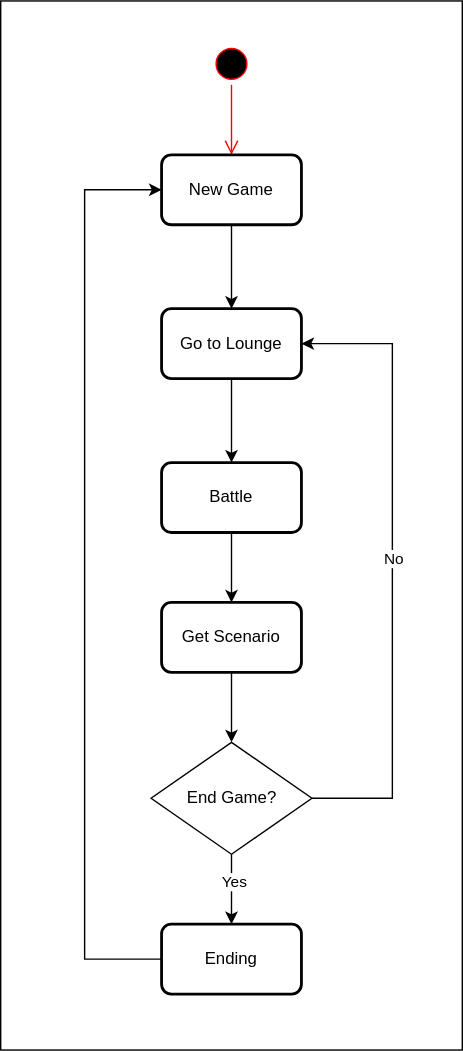
Haraj-backend/hex-monscape keeps this draw.io diagram as docs/reference/assets/game-flow.drawio.svg. Above is the earlier version. Source tidied: cells renumbered, new cells last; positions are measured from the earlier drawing's top-left corner, leaving out a move shared by most shapes. The source it was exported from:
```xml
<mxGraphModel>
  <root>
    <mxCell id="0" />
    <mxCell id="1" parent="0" />
    <mxCell id="2" style="rounded=0;whiteSpace=wrap;html=1;" parent="1" vertex="1">
      <mxGeometry width="330" height="750" as="geometry" />
    </mxCell>
    <mxCell id="3" style="ellipse;html=1;shape=startState;fillColor=#000000;strokeColor=#ff0000;" parent="1" vertex="1">
      <mxGeometry x="150" y="30" width="30" height="30" as="geometry" />
    </mxCell>
    <mxCell id="4" style="edgeStyle=orthogonalEdgeStyle;html=1;verticalAlign=bottom;endArrow=open;endSize=8;strokeColor=#ff0000;rounded=0;" parent="1" edge="1" source="3">
      <mxGeometry relative="1" as="geometry">
        <mxPoint x="165" y="110" as="targetPoint" />
      </mxGeometry>
    </mxCell>
    <mxCell id="5" style="edgeStyle=orthogonalEdgeStyle;rounded=0;jettySize=auto;html=1;exitX=0.5;exitY=1;exitDx=0;exitDy=0;entryX=0.5;entryY=0;entryDx=0;entryDy=0;" parent="1" edge="1" source="6">
      <mxGeometry relative="1" as="geometry">
        <mxPoint x="165" y="220" as="targetPoint" />
      </mxGeometry>
    </mxCell>
    <mxCell id="6" value="New Game" style="rounded=1;whiteSpace=wrap;html=1;absoluteArcSize=1;arcSize=14;strokeWidth=2;" parent="1" vertex="1">
      <mxGeometry x="115" y="110" width="100" height="50" as="geometry" />
    </mxCell>
    <mxCell id="7" style="edgeStyle=orthogonalEdgeStyle;rounded=0;jettySize=auto;html=1;exitX=0.5;exitY=1;exitDx=0;exitDy=0;" parent="1" edge="1" source="8" target="10">
      <mxGeometry relative="1" as="geometry" />
    </mxCell>
    <mxCell id="8" value="Go to Lounge" style="rounded=1;whiteSpace=wrap;html=1;absoluteArcSize=1;arcSize=14;strokeWidth=2;" parent="1" vertex="1">
      <mxGeometry x="115" y="220" width="100" height="50" as="geometry" />
    </mxCell>
    <mxCell id="9" style="edgeStyle=orthogonalEdgeStyle;rounded=0;jettySize=auto;html=1;exitX=0.5;exitY=1;exitDx=0;exitDy=0;entryX=0.5;entryY=0;entryDx=0;entryDy=0;" parent="1" edge="1" source="10" target="12">
      <mxGeometry relative="1" as="geometry" />
    </mxCell>
    <mxCell id="10" value="Battle" style="rounded=1;whiteSpace=wrap;html=1;absoluteArcSize=1;arcSize=14;strokeWidth=2;" parent="1" vertex="1">
      <mxGeometry x="115" y="330" width="100" height="50" as="geometry" />
    </mxCell>
    <mxCell id="11" style="edgeStyle=orthogonalEdgeStyle;rounded=0;jettySize=auto;html=1;exitX=0.5;exitY=1;exitDx=0;exitDy=0;entryX=0.5;entryY=0;entryDx=0;entryDy=0;" parent="1" edge="1" source="12" target="17">
      <mxGeometry relative="1" as="geometry" />
    </mxCell>
    <mxCell id="12" value="Get Scenario" style="rounded=1;whiteSpace=wrap;html=1;absoluteArcSize=1;arcSize=14;strokeWidth=2;" parent="1" vertex="1">
      <mxGeometry x="115" y="430" width="100" height="50" as="geometry" />
    </mxCell>
    <mxCell id="13" style="edgeStyle=orthogonalEdgeStyle;rounded=0;jettySize=auto;html=1;exitX=1;exitY=0.5;exitDx=0;exitDy=0;entryX=1;entryY=0.5;entryDx=0;entryDy=0;" parent="1" edge="1" source="17" target="8">
      <mxGeometry relative="1" as="geometry">
        <Array as="points">
          <mxPoint x="280" y="570" />
          <mxPoint x="280" y="245" />
        </Array>
      </mxGeometry>
    </mxCell>
    <mxCell id="14" value="No" style="edgeLabel;html=1;align=center;verticalAlign=middle;" parent="13" vertex="1">
      <mxGeometry x="0.02" y="-2" relative="1" as="geometry">
        <mxPoint x="-2" as="offset" />
      </mxGeometry>
    </mxCell>
    <mxCell id="15" style="edgeStyle=orthogonalEdgeStyle;rounded=0;jettySize=auto;html=1;exitX=0.5;exitY=1;exitDx=0;exitDy=0;entryX=0.5;entryY=0;entryDx=0;entryDy=0;" parent="1" edge="1" source="17">
      <mxGeometry relative="1" as="geometry">
        <mxPoint x="165" y="660" as="targetPoint" />
      </mxGeometry>
    </mxCell>
    <mxCell id="16" value="Yes" style="edgeLabel;html=1;align=center;verticalAlign=middle;" parent="15" vertex="1">
      <mxGeometry x="-0.26" y="1" relative="1" as="geometry" />
    </mxCell>
    <mxCell id="17" value="End Game?" style="rhombus;whiteSpace=wrap;html=1;" parent="1" vertex="1">
      <mxGeometry x="107.5" y="530" width="115" height="80" as="geometry" />
    </mxCell>
    <mxCell id="18" style="edgeStyle=orthogonalEdgeStyle;rounded=0;jettySize=auto;html=1;exitX=0;exitY=0.5;exitDx=0;exitDy=0;entryX=0;entryY=0.5;entryDx=0;entryDy=0;" parent="1" edge="1" source="19" target="6">
      <mxGeometry relative="1" as="geometry">
        <Array as="points">
          <mxPoint x="60" y="685" />
          <mxPoint x="60" y="135" />
        </Array>
      </mxGeometry>
    </mxCell>
    <mxCell id="19" value="Ending" style="rounded=1;whiteSpace=wrap;html=1;absoluteArcSize=1;arcSize=14;strokeWidth=2;" parent="1" vertex="1">
      <mxGeometry x="115" y="660" width="100" height="50" as="geometry" />
    </mxCell>
  </root>
</mxGraphModel>
```
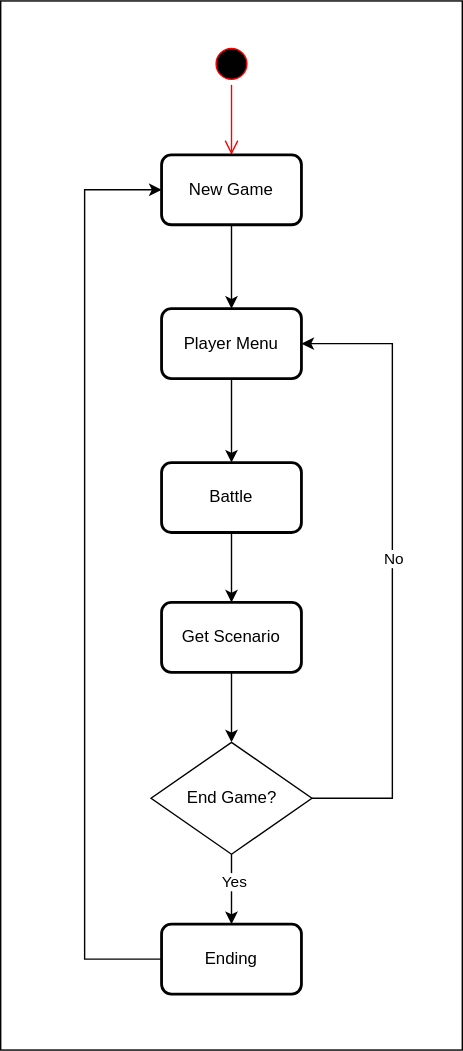
Later version of the same file.

Commit message:
docs: add back game design section to README.md to make it simpler; adjust how to run the game section;

Diff of the diagram source:
```diff
@@ -24,7 +24,7 @@
     <mxCell id="7" style="edgeStyle=orthogonalEdgeStyle;rounded=0;jettySize=auto;html=1;exitX=0.5;exitY=1;exitDx=0;exitDy=0;" parent="1" edge="1" source="8" target="10">
       <mxGeometry relative="1" as="geometry" />
     </mxCell>
-    <mxCell id="8" value="Go to Lounge" style="rounded=1;whiteSpace=wrap;html=1;absoluteArcSize=1;arcSize=14;strokeWidth=2;" parent="1" vertex="1">
+    <mxCell id="8" value="Player Menu" style="rounded=1;whiteSpace=wrap;html=1;absoluteArcSize=1;arcSize=14;strokeWidth=2;" parent="1" vertex="1">
       <mxGeometry x="115" y="220" width="100" height="50" as="geometry" />
     </mxCell>
     <mxCell id="9" style="edgeStyle=orthogonalEdgeStyle;rounded=0;jettySize=auto;html=1;exitX=0.5;exitY=1;exitDx=0;exitDy=0;entryX=0.5;entryY=0;entryDx=0;entryDy=0;" parent="1" edge="1" source="10" target="12">
```
